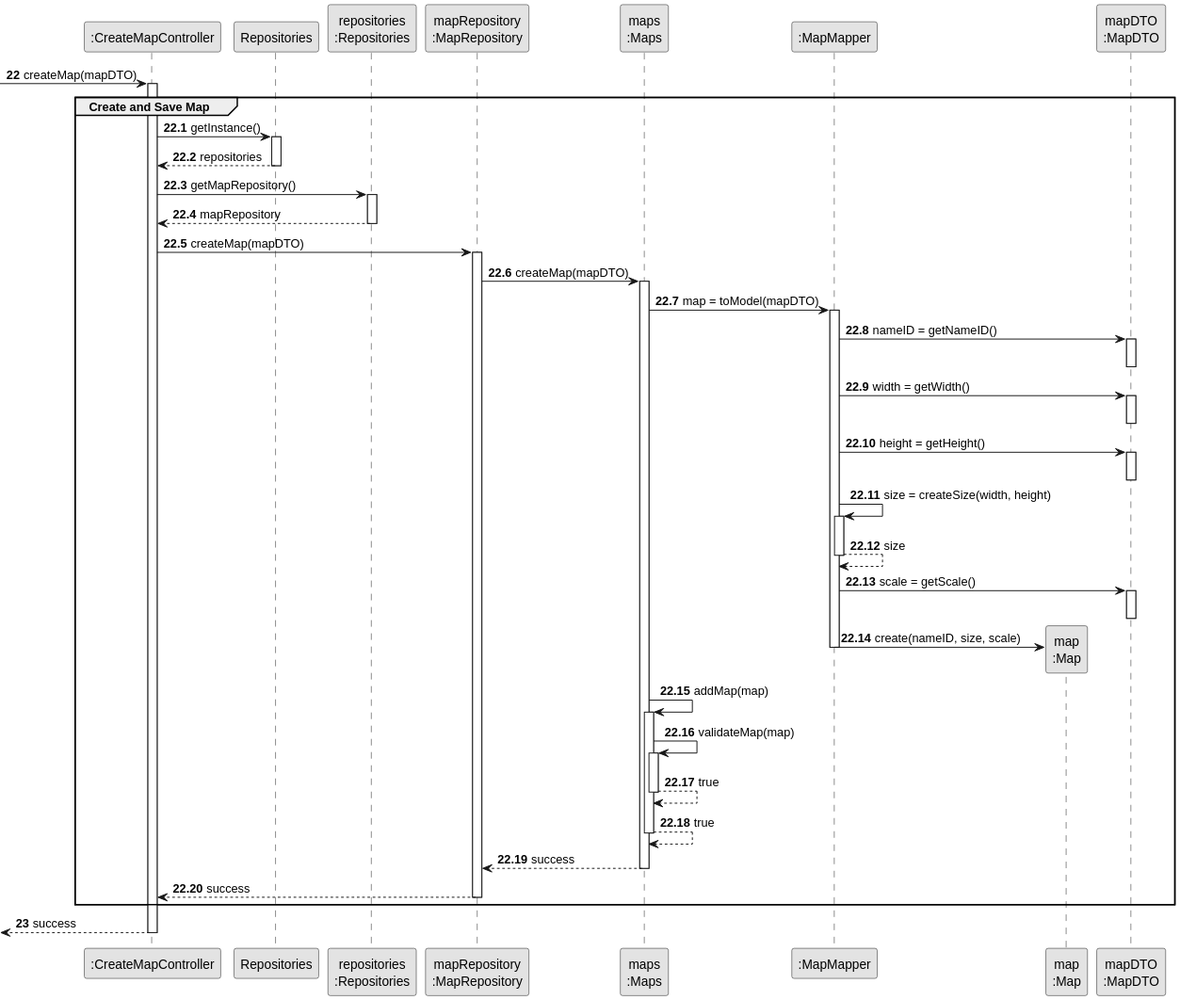
HenriqueSilva18/Railway-Network-Simulator keeps this PlantUML diagram as docs/system-documentation/Sprint 3/US01/03.design/svg/US01-SD-create-and-save-map.svg. Above is the earlier version.
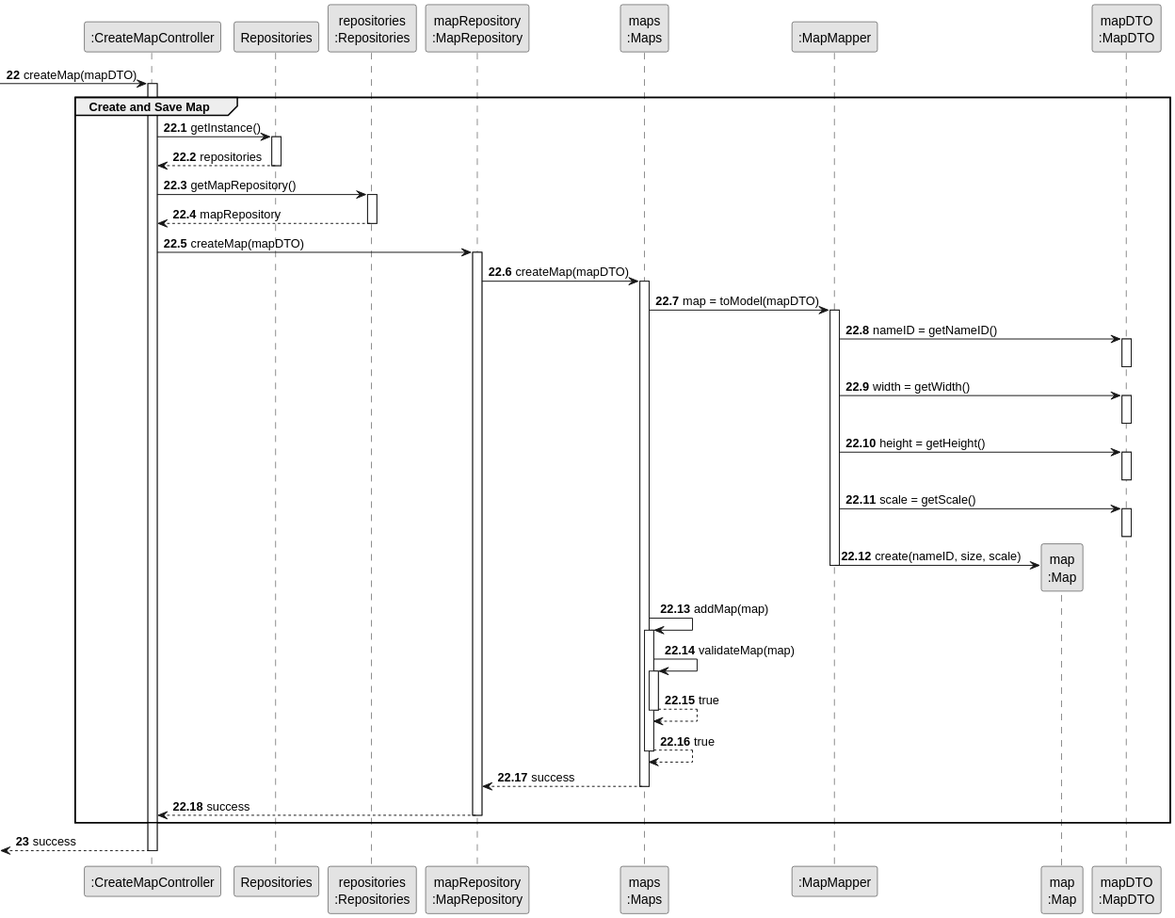
Above is the later version.

Change to the diagram source:
```diff
@@ -47,10 +47,6 @@
                     activate MAP_DTO
                     deactivate MAP_DTO
 
-                    MAP_MAPPER -> MAP_MAPPER: size = createSize(width, height)
-                    activate MAP_MAPPER
-                        MAP_MAPPER --> MAP_MAPPER: size
-                    deactivate MAP_MAPPER
 
                     MAP_MAPPER -> MAP_DTO: scale = getScale()
                     activate MAP_DTO
```
